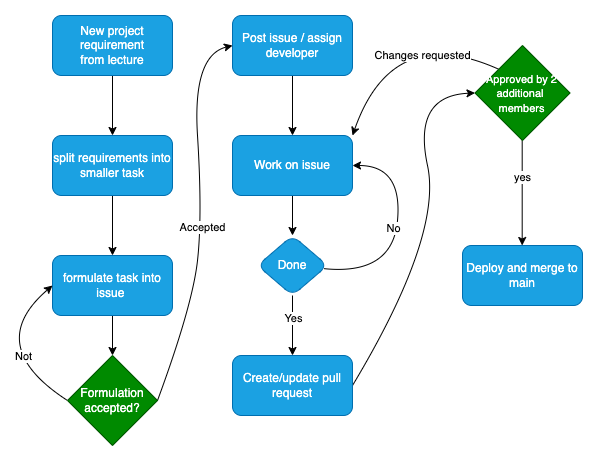
Before: docs/Images/teamwork.png, a diagram exported from draw.io (ITU-BDSA23-GROUP4/Chirp). Source tidied: cells renumbered, new cells last; positions are measured from the earlier drawing's top-left corner, leaving out a move shared by most shapes.
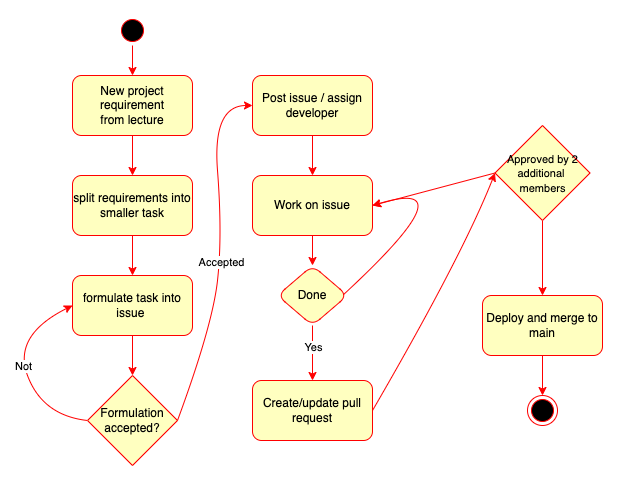
The same diagram one commit later.

Commit message:
Changed colors to more match previous activity diagrams

What changed in the source:
```diff
@@ -2,42 +2,43 @@
   <root>
     <mxCell id="0" />
     <mxCell id="1" parent="0" />
-    <mxCell id="2" style="edgeStyle=none;html=1;" parent="1" edge="1" source="3" target="5">
+    <mxCell id="2" style="edgeStyle=none;html=1;strokeColor=#FF0000;" parent="1" edge="1" source="3" target="5">
       <mxGeometry relative="1" as="geometry" />
     </mxCell>
-    <mxCell id="3" value="New project requirement&lt;br&gt;from lecture" style="rounded=1;whiteSpace=wrap;html=1;fillColor=#1ba1e2;fontColor=#ffffff;strokeColor=#006EAF;" parent="1" vertex="1">
-      <mxGeometry x="70" width="120" height="60" as="geometry" />
+    <mxCell id="3" value="New project requirement&lt;br&gt;from lecture" style="rounded=1;whiteSpace=wrap;html=1;fillColor=#FFFFC0;fontColor=#000000;strokeColor=#FF0000;labelBorderColor=none;" parent="1" vertex="1">
+      <mxGeometry x="70" y="40" width="120" height="60" as="geometry" />
     </mxCell>
-    <mxCell id="4" style="edgeStyle=none;html=1;" parent="1" edge="1" source="5" target="7">
+    <mxCell id="4" style="edgeStyle=none;html=1;strokeColor=#FF0000;" parent="1" edge="1" source="5" target="7">
       <mxGeometry relative="1" as="geometry" />
     </mxCell>
-    <mxCell id="5" value="split requirements into smaller task" style="rounded=1;whiteSpace=wrap;html=1;fillColor=#1ba1e2;fontColor=#ffffff;strokeColor=#006EAF;" parent="1" vertex="1">
-      <mxGeometry x="70" y="120" width="120" height="60" as="geometry" />
+    <mxCell id="5" value="split requirements into smaller task" style="rounded=1;whiteSpace=wrap;html=1;fillColor=#FFFFC0;fontColor=#000000;strokeColor=#FF0000;" parent="1" vertex="1">
+      <mxGeometry x="70" y="140" width="120" height="60" as="geometry" />
     </mxCell>
-    <mxCell id="6" style="edgeStyle=none;curved=1;html=1;exitX=0.5;exitY=1;exitDx=0;exitDy=0;entryX=0.5;entryY=0;entryDx=0;entryDy=0;startArrow=none;startFill=0;" parent="1" edge="1" source="7" target="12">
+    <mxCell id="6" style="edgeStyle=none;curved=1;html=1;exitX=0.5;exitY=1;exitDx=0;exitDy=0;entryX=0.5;entryY=0;entryDx=0;entryDy=0;startArrow=none;startFill=0;strokeColor=#FF0000;" parent="1" edge="1" source="7" target="12">
       <mxGeometry relative="1" as="geometry" />
     </mxCell>
-    <mxCell id="7" value="formulate task into issue&amp;nbsp;" style="rounded=1;whiteSpace=wrap;html=1;fillColor=#1ba1e2;fontColor=#ffffff;strokeColor=#006EAF;" parent="1" vertex="1">
+    <mxCell id="7" value="formulate task into issue&amp;nbsp;" style="rounded=1;whiteSpace=wrap;html=1;fillColor=#FFFFC0;fontColor=#000000;strokeColor=#FF0000;" parent="1" vertex="1">
       <mxGeometry x="70" y="240" width="120" height="60" as="geometry" />
     </mxCell>
-    <mxCell id="8" style="edgeStyle=none;curved=1;html=1;entryX=0;entryY=0.5;entryDx=0;entryDy=0;startArrow=none;startFill=0;exitX=0;exitY=0.5;exitDx=0;exitDy=0;" parent="1" edge="1" source="12" target="7">
+    <mxCell id="8" style="edgeStyle=none;curved=1;html=1;entryX=0;entryY=0.5;entryDx=0;entryDy=0;startArrow=none;startFill=0;exitX=0;exitY=0.5;exitDx=0;exitDy=0;strokeColor=#FF0000;" parent="1" edge="1" source="12" target="7">
       <mxGeometry relative="1" as="geometry">
         <Array as="points">
-          <mxPoint y="330" />
+          <mxPoint x="40" y="380" />
+          <mxPoint x="10" y="300" />
         </Array>
       </mxGeometry>
     </mxCell>
     <mxCell id="9" value="Not" style="edgeLabel;html=1;align=center;verticalAlign=middle;" parent="8" vertex="1">
       <mxGeometry x="-0.33" y="-8" relative="1" as="geometry">
-        <mxPoint x="5" y="-3" as="offset" />
+        <mxPoint x="-20" y="-27" as="offset" />
       </mxGeometry>
     </mxCell>
-    <mxCell id="10" style="edgeStyle=none;curved=1;html=1;exitX=1;exitY=0.5;exitDx=0;exitDy=0;startArrow=none;startFill=0;entryX=0;entryY=0.5;entryDx=0;entryDy=0;" parent="1" edge="1" source="12" target="14">
+    <mxCell id="10" style="edgeStyle=none;curved=1;html=1;exitX=1;exitY=0.5;exitDx=0;exitDy=0;startArrow=none;startFill=0;entryX=0;entryY=0.5;entryDx=0;entryDy=0;strokeColor=#FF0000;" parent="1" edge="1" source="12" target="14">
       <mxGeometry relative="1" as="geometry">
         <Array as="points">
           <mxPoint x="210" y="290" />
           <mxPoint x="220" y="200" />
-          <mxPoint x="210" y="40" />
+          <mxPoint x="210" y="70" />
         </Array>
       </mxGeometry>
     </mxCell>
@@ -46,84 +47,84 @@
         <mxPoint x="14" as="offset" />
       </mxGeometry>
     </mxCell>
-    <mxCell id="12" value="Formulation&lt;br&gt;accepted?" style="rhombus;whiteSpace=wrap;html=1;fillColor=#008a00;fontColor=#ffffff;strokeColor=#005700;" parent="1" vertex="1">
+    <mxCell id="12" value="Formulation&lt;br&gt;accepted?" style="rhombus;whiteSpace=wrap;html=1;fillColor=#FFFFC0;fontColor=#000000;strokeColor=#FF0000;" parent="1" vertex="1">
       <mxGeometry x="85" y="340" width="90" height="90" as="geometry" />
     </mxCell>
-    <mxCell id="13" style="edgeStyle=none;curved=1;html=1;exitX=0.5;exitY=1;exitDx=0;exitDy=0;entryX=0.5;entryY=0;entryDx=0;entryDy=0;startArrow=none;startFill=0;" parent="1" edge="1" source="14" target="16">
+    <mxCell id="13" style="edgeStyle=none;curved=1;html=1;exitX=0.5;exitY=1;exitDx=0;exitDy=0;entryX=0.5;entryY=0;entryDx=0;entryDy=0;startArrow=none;startFill=0;strokeColor=#FF0000;" parent="1" edge="1" source="14" target="16">
       <mxGeometry relative="1" as="geometry" />
     </mxCell>
-    <mxCell id="14" value="Post issue / assign developer" style="rounded=1;whiteSpace=wrap;html=1;fillColor=#1ba1e2;fontColor=#ffffff;strokeColor=#006EAF;" parent="1" vertex="1">
-      <mxGeometry x="250" width="120" height="60" as="geometry" />
+    <mxCell id="14" value="Post issue / assign developer" style="rounded=1;whiteSpace=wrap;html=1;fillColor=#FFFFC0;fontColor=#000000;strokeColor=#FF0000;" parent="1" vertex="1">
+      <mxGeometry x="250" y="40" width="120" height="60" as="geometry" />
     </mxCell>
-    <mxCell id="15" style="edgeStyle=none;curved=1;html=1;startArrow=none;startFill=0;" parent="1" edge="1" source="16" target="21">
+    <mxCell id="15" style="edgeStyle=none;curved=1;html=1;startArrow=none;startFill=0;strokeColor=#FF0000;" parent="1" edge="1" source="16" target="21">
       <mxGeometry relative="1" as="geometry" />
     </mxCell>
-    <mxCell id="16" value="Work on issue" style="rounded=1;whiteSpace=wrap;html=1;fillColor=#1ba1e2;fontColor=#ffffff;strokeColor=#006EAF;" parent="1" vertex="1">
-      <mxGeometry x="250" y="120" width="120" height="60" as="geometry" />
+    <mxCell id="16" value="Work on issue" style="rounded=1;whiteSpace=wrap;html=1;fillColor=#FFFFC0;fontColor=#000000;strokeColor=#FF0000;" parent="1" vertex="1">
+      <mxGeometry x="250" y="140" width="120" height="60" as="geometry" />
     </mxCell>
-    <mxCell id="17" style="edgeStyle=none;curved=1;html=1;startArrow=none;startFill=0;" parent="1" edge="1" source="21" target="23">
-      <mxGeometry relative="1" as="geometry" />
+    <mxCell id="17" style="edgeStyle=none;curved=1;html=1;startArrow=none;startFill=0;strokeColor=#FF0000;" parent="1" edge="1" target="23">
+      <mxGeometry relative="1" as="geometry">
+        <mxPoint x="310" y="290" as="sourcePoint" />
+      </mxGeometry>
     </mxCell>
     <mxCell id="18" value="Yes" style="edgeLabel;html=1;align=center;verticalAlign=middle;" parent="17" vertex="1">
       <mxGeometry x="-0.27" relative="1" as="geometry">
         <mxPoint y="1" as="offset" />
       </mxGeometry>
     </mxCell>
-    <mxCell id="19" style="edgeStyle=none;curved=1;html=1;entryX=1;entryY=0.5;entryDx=0;entryDy=0;startArrow=none;startFill=0;" parent="1" edge="1" source="21" target="16">
+    <mxCell id="19" style="edgeStyle=none;html=1;entryX=1;entryY=0.5;entryDx=0;entryDy=0;strokeColor=#FF0000;fontSize=11;fontColor=#000000;startArrow=none;startFill=0;endArrow=classic;endFill=1;curved=1;exitX=0.929;exitY=0.5;exitDx=0;exitDy=0;exitPerimeter=0;" parent="1" edge="1" source="21" target="16">
       <mxGeometry relative="1" as="geometry">
         <Array as="points">
-          <mxPoint x="410" y="260" />
-          <mxPoint x="420" y="150" />
+          <mxPoint x="470" y="140" />
         </Array>
       </mxGeometry>
     </mxCell>
-    <mxCell id="20" value="No" style="edgeLabel;html=1;align=center;verticalAlign=middle;" parent="19" vertex="1">
-      <mxGeometry x="-0.09" y="9" relative="1" as="geometry">
-        <mxPoint x="6" y="-12" as="offset" />
-      </mxGeometry>
-    </mxCell>
-    <mxCell id="21" value="Done" style="rhombus;whiteSpace=wrap;html=1;fillColor=#1ba1e2;strokeColor=#006EAF;fontColor=#ffffff;rounded=1;" parent="1" vertex="1">
-      <mxGeometry x="275" y="220" width="70" height="60" as="geometry" />
+    <mxCell id="21" value="Done" style="rhombus;whiteSpace=wrap;html=1;fillColor=#FFFFC0;strokeColor=#FF0000;fontColor=#000000;rounded=1;" parent="1" vertex="1">
+      <mxGeometry x="275" y="230" width="70" height="60" as="geometry" />
     </mxCell>
-    <mxCell id="22" style="edgeStyle=none;curved=1;html=1;exitX=1;exitY=0.5;exitDx=0;exitDy=0;startArrow=none;startFill=0;entryX=0;entryY=0.5;entryDx=0;entryDy=0;" parent="1" edge="1" source="23" target="29">
+    <mxCell id="22" style="edgeStyle=none;curved=1;html=1;exitX=1;exitY=0.5;exitDx=0;exitDy=0;startArrow=none;startFill=0;entryX=0;entryY=0.5;entryDx=0;entryDy=0;strokeColor=#FF0000;" parent="1" edge="1" source="23" target="29">
       <mxGeometry relative="1" as="geometry">
         <Array as="points">
           <mxPoint x="460" y="220" />
-          <mxPoint x="430" y="80" />
         </Array>
       </mxGeometry>
     </mxCell>
-    <mxCell id="23" value="Create/update pull request" style="whiteSpace=wrap;html=1;fillColor=#1ba1e2;strokeColor=#006EAF;fontColor=#ffffff;rounded=1;" parent="1" vertex="1">
-      <mxGeometry x="250" y="340" width="120" height="60" as="geometry" />
+    <mxCell id="23" value="Create/update pull request" style="whiteSpace=wrap;html=1;fillColor=#FFFFC0;strokeColor=#FF0000;fontColor=#000000;rounded=1;" parent="1" vertex="1">
+      <mxGeometry x="250" y="345" width="120" height="60" as="geometry" />
     </mxCell>
+    <mxCell id="30" style="edgeStyle=none;curved=1;html=1;entryX=0.5;entryY=0;entryDx=0;entryDy=0;fontSize=11;fontColor=#000000;startArrow=none;startFill=0;strokeColor=#FF0000;" parent="1" edge="1" source="24" target="33">
+      <mxGeometry relative="1" as="geometry" />
+    </mxCell>
-    <mxCell id="24" value="Deploy and merge to main" style="whiteSpace=wrap;html=1;fillColor=#1ba1e2;strokeColor=#006EAF;fontColor=#ffffff;rounded=1;" parent="1" vertex="1">
-      <mxGeometry x="480" y="230" width="120" height="60" as="geometry" />
+    <mxCell id="24" value="Deploy and merge to main" style="whiteSpace=wrap;html=1;fillColor=#FFFFC0;strokeColor=#FF0000;fontColor=#000000;rounded=1;" parent="1" vertex="1">
+      <mxGeometry x="480" y="260" width="120" height="60" as="geometry" />
     </mxCell>
-    <mxCell id="25" style="edgeStyle=none;curved=1;html=1;entryX=0.5;entryY=0;entryDx=0;entryDy=0;fontSize=11;startArrow=none;startFill=0;" parent="1" edge="1">
-      <mxGeometry relative="1" as="geometry">
-        <mxPoint x="539.7" y="125" as="sourcePoint" />
-        <mxPoint x="539.7" y="230" as="targetPoint" />
-      </mxGeometry>
+    <mxCell id="25" style="edgeStyle=none;curved=1;html=1;entryX=0.5;entryY=0;entryDx=0;entryDy=0;fontSize=11;startArrow=none;startFill=0;strokeColor=#FF0000;" parent="1" edge="1" source="29" target="24">
+      <mxGeometry relative="1" as="geometry" />
     </mxCell>
+    <mxCell id="31" style="edgeStyle=none;curved=1;html=1;exitX=0.5;exitY=1;exitDx=0;exitDy=0;entryX=0.5;entryY=0;entryDx=0;entryDy=0;fontSize=11;fontColor=#000000;startArrow=none;startFill=0;endArrow=classic;endFill=1;strokeColor=#FF0000;" parent="1" edge="1" source="32" target="3">
+      <mxGeometry relative="1" as="geometry" />
+    </mxCell>
+    <mxCell id="32" style="ellipse;html=1;shape=startState;fillColor=#000000;strokeColor=#ff0000;fontColor=#3B3B3B;" parent="1" vertex="1">
+      <mxGeometry x="115" y="-20" width="30" height="30" as="geometry" />
+    </mxCell>
+    <mxCell id="33" style="ellipse;html=1;shape=endState;fillColor=#000000;strokeColor=#ff0000;" parent="1" vertex="1">
+      <mxGeometry x="525" y="360" width="30" height="30" as="geometry" />
+    </mxCell>
+    <mxCell id="34" style="edgeStyle=none;curved=1;html=1;entryX=0.5;entryY=0;entryDx=0;entryDy=0;fontSize=11;startArrow=none;startFill=0;strokeColor=#FF0000;endArrow=none;" parent="1" edge="1" target="29">
+      <mxGeometry relative="1" as="geometry">
+        <mxPoint x="539.7" y="125" as="sourcePoint" />
+      </mxGeometry>
+    </mxCell>
-    <mxCell id="26" value="yes" style="edgeLabel;html=1;align=center;verticalAlign=middle;fontSize=11;" parent="25" vertex="1">
+    <mxCell id="26" value="yes" style="edgeLabel;html=1;align=center;verticalAlign=middle;fontSize=11;" parent="34" vertex="1">
       <mxGeometry x="-0.49" y="2" relative="1" as="geometry">
-        <mxPoint x="-2" y="9" as="offset" />
+        <mxPoint x="-2" y="48" as="offset" />
       </mxGeometry>
     </mxCell>
-    <mxCell id="27" style="edgeStyle=none;curved=1;html=1;exitX=0;exitY=0;exitDx=0;exitDy=0;entryX=1;entryY=0;entryDx=0;entryDy=0;fontSize=11;startArrow=none;startFill=0;" parent="1" edge="1" source="29" target="16">
-      <mxGeometry relative="1" as="geometry">
-        <Array as="points">
-          <mxPoint x="410" y="6" />
-        </Array>
-      </mxGeometry>
+    <mxCell id="27" style="edgeStyle=none;curved=1;html=1;exitX=0;exitY=0.5;exitDx=0;exitDy=0;entryX=1;entryY=0.5;entryDx=0;entryDy=0;strokeColor=#FF0000;fontSize=11;fontColor=#000000;startArrow=none;startFill=0;endArrow=classic;endFill=1;" parent="1" edge="1" source="29" target="16">
+      <mxGeometry relative="1" as="geometry" />
     </mxCell>
-    <mxCell id="28" value="Changes requested" style="edgeLabel;html=1;align=center;verticalAlign=middle;fontSize=11;" parent="27" vertex="1">
-      <mxGeometry x="-0.26" y="19" relative="1" as="geometry">
-        <mxPoint x="12" y="5" as="offset" />
-      </mxGeometry>
-    </mxCell>
-    <mxCell id="29" value="&lt;font style=&quot;font-size: 11px;&quot;&gt;Approved by 2 additional&amp;nbsp; members&lt;/font&gt;" style="rhombus;whiteSpace=wrap;html=1;fillColor=#008a00;fontColor=#ffffff;strokeColor=#005700;" parent="1" vertex="1">
-      <mxGeometry x="492.5" y="30" width="95" height="95" as="geometry" />
+    <mxCell id="29" value="&lt;font style=&quot;font-size: 11px;&quot;&gt;Approved by 2 additional&amp;nbsp; members&lt;/font&gt;" style="rhombus;whiteSpace=wrap;html=1;fillColor=#FFFFC0;fontColor=#000000;strokeColor=#FF0000;" parent="1" vertex="1">
+      <mxGeometry x="492.5" y="90" width="95" height="95" as="geometry" />
     </mxCell>
   </root>
 </mxGraphModel>
```
